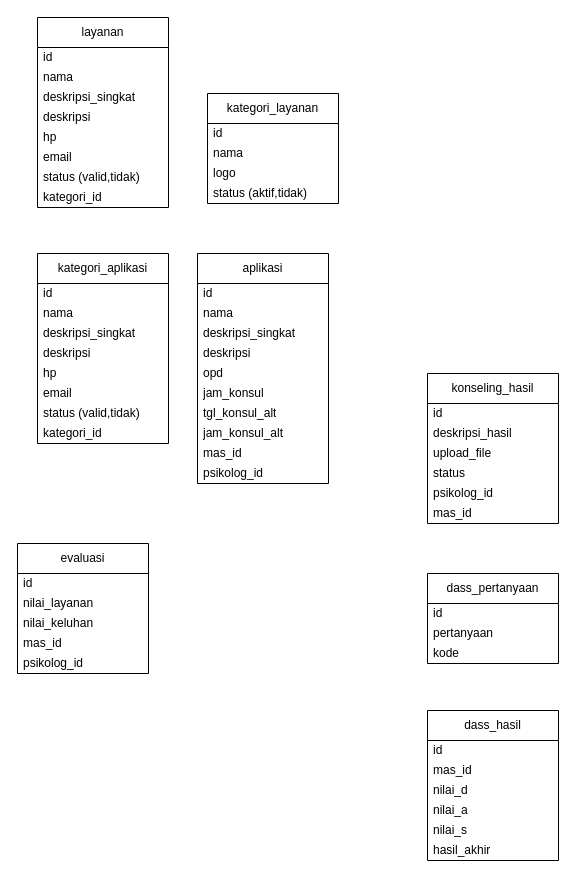
This is env_designs/erd_dps_baru.drawio from zeneight/drawio, a draw.io file, before an edit. Source tidied: cells renumbered, new cells numbered last; positions are measured from the earlier drawing's top-left corner, leaving out a move shared by most shapes. Both pictures are drawn from the tidied source at 100%, with x=0, y=0 at pixel (17, 17).
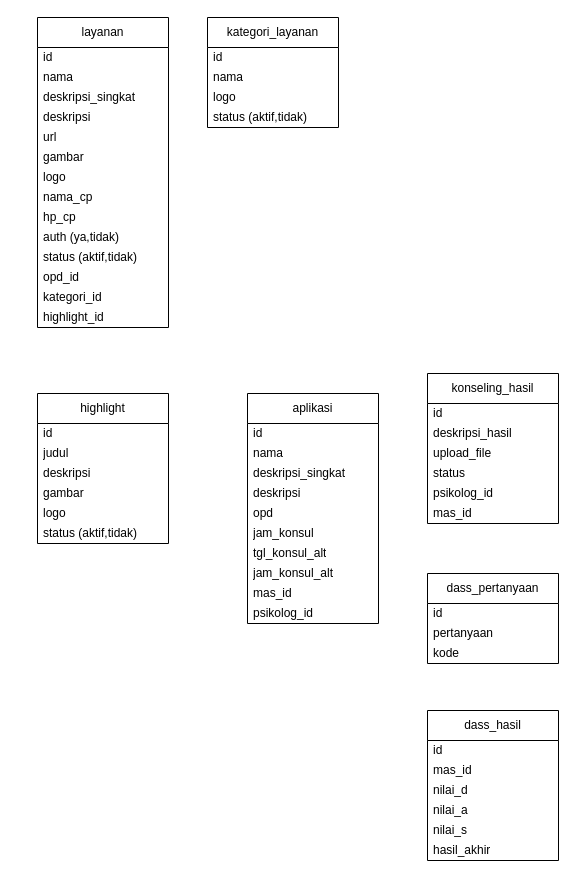
The same page after the edit.

What changed in the source:
```diff
@@
     <mxCell id="2" value="layanan" style="swimlane;fontStyle=0;horizontal=1;startSize=30;whiteSpace=wrap;html=1;" parent="1" vertex="1">
-      <mxGeometry x="20" width="131" height="190" as="geometry" />
+      <mxGeometry x="20" width="131" height="310" as="geometry" />
     </mxCell>
@@
-    <mxCell id="7" value="hp" style="text;strokeColor=none;fillColor=none;align=left;verticalAlign=middle;spacingLeft=4;spacingRight=4;overflow=hidden;whiteSpace=wrap;html=1;" parent="2" vertex="1">
+    <mxCell id="7" value="url" style="text;strokeColor=none;fillColor=none;align=left;verticalAlign=middle;spacingLeft=4;spacingRight=4;overflow=hidden;whiteSpace=wrap;html=1;" parent="2" vertex="1">
       <mxGeometry y="110" width="131" height="20" as="geometry" />
     </mxCell>
+    <mxCell id="60" value="gambar" style="text;strokeColor=none;fillColor=none;align=left;verticalAlign=middle;spacingLeft=4;spacingRight=4;overflow=hidden;whiteSpace=wrap;html=1;" parent="2" vertex="1">
+      <mxGeometry y="130" width="131" height="20" as="geometry" />
+    </mxCell>
+    <mxCell id="61" value="logo" style="text;strokeColor=none;fillColor=none;align=left;verticalAlign=middle;spacingLeft=4;spacingRight=4;overflow=hidden;whiteSpace=wrap;html=1;" parent="2" vertex="1">
+      <mxGeometry y="150" width="131" height="20" as="geometry" />
+    </mxCell>
+    <mxCell id="62" value="nama_cp" style="text;strokeColor=none;fillColor=none;align=left;verticalAlign=middle;spacingLeft=4;spacingRight=4;overflow=hidden;whiteSpace=wrap;html=1;" parent="2" vertex="1">
+      <mxGeometry y="170" width="131" height="20" as="geometry" />
+    </mxCell>
+    <mxCell id="63" value="hp_cp" style="text;strokeColor=none;fillColor=none;align=left;verticalAlign=middle;spacingLeft=4;spacingRight=4;overflow=hidden;whiteSpace=wrap;html=1;" parent="2" vertex="1">
+      <mxGeometry y="190" width="131" height="20" as="geometry" />
+    </mxCell>
+    <mxCell id="64" value="auth (ya,tidak)" style="text;strokeColor=none;fillColor=none;align=left;verticalAlign=middle;spacingLeft=4;spacingRight=4;overflow=hidden;whiteSpace=wrap;html=1;" parent="2" vertex="1">
+      <mxGeometry y="210" width="131" height="20" as="geometry" />
+    </mxCell>
+    <mxCell id="9" value="status (aktif,tidak)" style="text;strokeColor=none;fillColor=none;align=left;verticalAlign=middle;spacingLeft=4;spacingRight=4;overflow=hidden;whiteSpace=wrap;html=1;" parent="2" vertex="1">
+      <mxGeometry y="230" width="131" height="20" as="geometry" />
+    </mxCell>
-    <mxCell id="8" value="email" style="text;strokeColor=none;fillColor=none;align=left;verticalAlign=middle;spacingLeft=4;spacingRight=4;overflow=hidden;whiteSpace=wrap;html=1;" parent="2" vertex="1">
-      <mxGeometry y="130" width="131" height="20" as="geometry" />
+    <mxCell id="8" value="opd_id" style="text;strokeColor=none;fillColor=none;align=left;verticalAlign=middle;spacingLeft=4;spacingRight=4;overflow=hidden;whiteSpace=wrap;html=1;" parent="2" vertex="1">
+      <mxGeometry y="250" width="131" height="20" as="geometry" />
     </mxCell>
-    <mxCell id="9" value="status (valid,tidak)" style="text;strokeColor=none;fillColor=none;align=left;verticalAlign=middle;spacingLeft=4;spacingRight=4;overflow=hidden;whiteSpace=wrap;html=1;" parent="2" vertex="1">
-      <mxGeometry y="150" width="131" height="20" as="geometry" />
-    </mxCell>
     <mxCell id="10" value="kategori_id" style="text;strokeColor=none;fillColor=none;align=left;verticalAlign=middle;spacingLeft=4;spacingRight=4;overflow=hidden;whiteSpace=wrap;html=1;" parent="2" vertex="1">
-      <mxGeometry y="170" width="131" height="20" as="geometry" />
+      <mxGeometry y="270" width="131" height="20" as="geometry" />
     </mxCell>
+    <mxCell id="65" value="highlight_id" style="text;strokeColor=none;fillColor=none;align=left;verticalAlign=middle;spacingLeft=4;spacingRight=4;overflow=hidden;whiteSpace=wrap;html=1;" parent="2" vertex="1">
+      <mxGeometry y="290" width="131" height="20" as="geometry" />
+    </mxCell>
     <mxCell id="11" value="kategori_layanan" style="swimlane;fontStyle=0;horizontal=1;startSize=30;whiteSpace=wrap;html=1;" parent="1" vertex="1">
-      <mxGeometry x="190" y="76" width="131" height="110" as="geometry" />
+      <mxGeometry x="190" width="131" height="110" as="geometry" />
     </mxCell>
@@
     <mxCell id="16" value="aplikasi" style="swimlane;fontStyle=0;horizontal=1;startSize=30;whiteSpace=wrap;html=1;" parent="1" vertex="1">
-      <mxGeometry x="180" y="236" width="131" height="230" as="geometry" />
+      <mxGeometry x="230" y="376" width="131" height="230" as="geometry" />
     </mxCell>
@@
-    <mxCell id="34" value="evaluasi" style="swimlane;fontStyle=0;horizontal=1;startSize=30;whiteSpace=wrap;html=1;" parent="1" vertex="1">
-      <mxGeometry y="526" width="131" height="130" as="geometry" />
-    </mxCell>
-    <mxCell id="35" value="id" style="text;strokeColor=none;fillColor=none;align=left;verticalAlign=middle;spacingLeft=4;spacingRight=4;overflow=hidden;whiteSpace=wrap;html=1;" parent="34" vertex="1">
-      <mxGeometry y="30" width="131" height="20" as="geometry" />
-    </mxCell>
-    <mxCell id="36" value="nilai_layanan" style="text;strokeColor=none;fillColor=none;align=left;verticalAlign=middle;spacingLeft=4;spacingRight=4;overflow=hidden;whiteSpace=wrap;html=1;" parent="34" vertex="1">
-      <mxGeometry y="50" width="131" height="20" as="geometry" />
-    </mxCell>
-    <mxCell id="37" value="nilai_keluhan" style="text;strokeColor=none;fillColor=none;align=left;verticalAlign=middle;spacingLeft=4;spacingRight=4;overflow=hidden;whiteSpace=wrap;html=1;" parent="34" vertex="1">
-      <mxGeometry y="70" width="131" height="20" as="geometry" />
-    </mxCell>
-    <mxCell id="38" value="mas_id" style="text;strokeColor=none;fillColor=none;align=left;verticalAlign=middle;spacingLeft=4;spacingRight=4;overflow=hidden;whiteSpace=wrap;html=1;" parent="34" vertex="1">
-      <mxGeometry y="90" width="131" height="20" as="geometry" />
-    </mxCell>
-    <mxCell id="39" value="psikolog_id" style="text;strokeColor=none;fillColor=none;align=left;verticalAlign=middle;spacingLeft=4;spacingRight=4;overflow=hidden;whiteSpace=wrap;html=1;" parent="34" vertex="1">
-      <mxGeometry y="110" width="131" height="20" as="geometry" />
-    </mxCell>
@@
-    <mxCell id="51" value="kategori_aplikasi" style="swimlane;fontStyle=0;horizontal=1;startSize=30;whiteSpace=wrap;html=1;" parent="1" vertex="1">
-      <mxGeometry x="20" y="236" width="131" height="190" as="geometry" />
+    <mxCell id="51" value="highlight" style="swimlane;fontStyle=0;horizontal=1;startSize=30;whiteSpace=wrap;html=1;" parent="1" vertex="1">
+      <mxGeometry x="20" y="376" width="131" height="150" as="geometry" />
     </mxCell>
@@
-    <mxCell id="53" value="nama" style="text;strokeColor=none;fillColor=none;align=left;verticalAlign=middle;spacingLeft=4;spacingRight=4;overflow=hidden;whiteSpace=wrap;html=1;" parent="51" vertex="1">
+    <mxCell id="53" value="judul" style="text;strokeColor=none;fillColor=none;align=left;verticalAlign=middle;spacingLeft=4;spacingRight=4;overflow=hidden;whiteSpace=wrap;html=1;" parent="51" vertex="1">
       <mxGeometry y="50" width="131" height="20" as="geometry" />
     </mxCell>
-    <mxCell id="54" value="deskripsi_singkat" style="text;strokeColor=none;fillColor=none;align=left;verticalAlign=middle;spacingLeft=4;spacingRight=4;overflow=hidden;whiteSpace=wrap;html=1;" parent="51" vertex="1">
+    <mxCell id="54" value="deskripsi" style="text;strokeColor=none;fillColor=none;align=left;verticalAlign=middle;spacingLeft=4;spacingRight=4;overflow=hidden;whiteSpace=wrap;html=1;" parent="51" vertex="1">
       <mxGeometry y="70" width="131" height="20" as="geometry" />
     </mxCell>
-    <mxCell id="55" value="deskripsi" style="text;strokeColor=none;fillColor=none;align=left;verticalAlign=middle;spacingLeft=4;spacingRight=4;overflow=hidden;whiteSpace=wrap;html=1;" parent="51" vertex="1">
+    <mxCell id="55" value="gambar" style="text;strokeColor=none;fillColor=none;align=left;verticalAlign=middle;spacingLeft=4;spacingRight=4;overflow=hidden;whiteSpace=wrap;html=1;" parent="51" vertex="1">
       <mxGeometry y="90" width="131" height="20" as="geometry" />
     </mxCell>
-    <mxCell id="56" value="hp" style="text;strokeColor=none;fillColor=none;align=left;verticalAlign=middle;spacingLeft=4;spacingRight=4;overflow=hidden;whiteSpace=wrap;html=1;" parent="51" vertex="1">
+    <mxCell id="56" value="logo" style="text;strokeColor=none;fillColor=none;align=left;verticalAlign=middle;spacingLeft=4;spacingRight=4;overflow=hidden;whiteSpace=wrap;html=1;" parent="51" vertex="1">
       <mxGeometry y="110" width="131" height="20" as="geometry" />
     </mxCell>
-    <mxCell id="57" value="email" style="text;strokeColor=none;fillColor=none;align=left;verticalAlign=middle;spacingLeft=4;spacingRight=4;overflow=hidden;whiteSpace=wrap;html=1;" parent="51" vertex="1">
-      <mxGeometry y="130" width="131" height="20" as="geometry" />
-    </mxCell>
-    <mxCell id="58" value="status (valid,tidak)" style="text;strokeColor=none;fillColor=none;align=left;verticalAlign=middle;spacingLeft=4;spacingRight=4;overflow=hidden;whiteSpace=wrap;html=1;" parent="51" vertex="1">
-      <mxGeometry y="150" width="131" height="20" as="geometry" />
+    <mxCell id="58" value="status (aktif,tidak)" style="text;strokeColor=none;fillColor=none;align=left;verticalAlign=middle;spacingLeft=4;spacingRight=4;overflow=hidden;whiteSpace=wrap;html=1;" parent="51" vertex="1">
+      <mxGeometry y="130" width="131" height="20" as="geometry" />
     </mxCell>
-    <mxCell id="59" value="kategori_id" style="text;strokeColor=none;fillColor=none;align=left;verticalAlign=middle;spacingLeft=4;spacingRight=4;overflow=hidden;whiteSpace=wrap;html=1;" parent="51" vertex="1">
-      <mxGeometry y="170" width="131" height="20" as="geometry" />
-    </mxCell>
```
